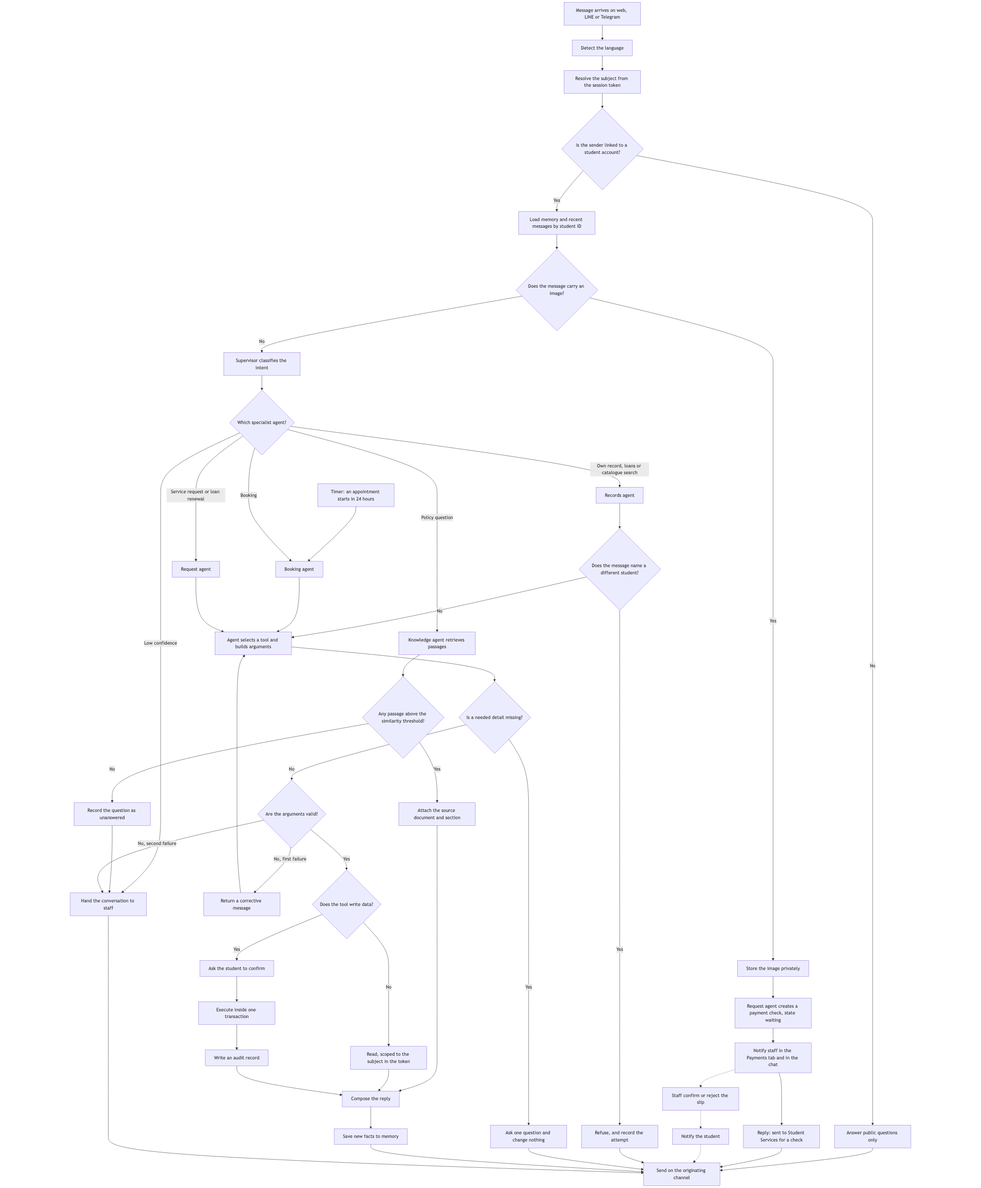
SaiWaiYanLynn/smart-university-website keeps this Mermaid diagram as design/diagrams/03_supervisor.png. Above is the earlier version. Its source is kept beside it as design/diagrams/03_supervisor.mmd.
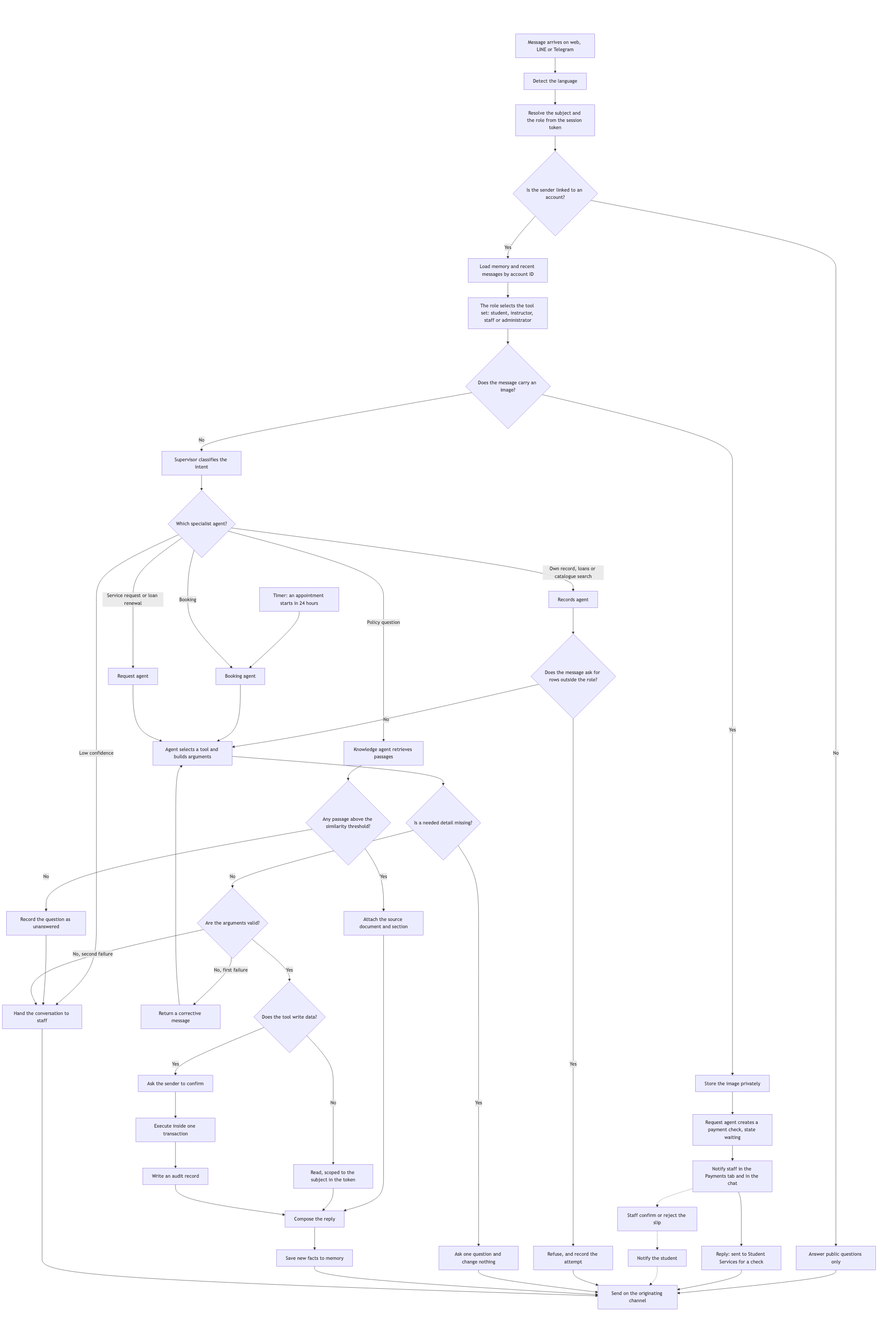
The same diagram one commit later.

The edit, as a diff of the source:
```diff
@@ -1,12 +1,13 @@
 flowchart TD
   A["Message arrives on web, LINE or Telegram"] --> B["Detect the language"]
-  B --> C["Resolve the subject from the session token"]
-  C --> D{"Is the sender linked to a student account?"}
+  B --> C["Resolve the subject and the role from the session token"]
+  C --> D{"Is the sender linked to an account?"}
   D -- No --> E["Answer public questions only"]
   E --> Z["Send on the originating channel"]
-  D -- Yes --> M["Load memory and recent messages by student ID"]
+  D -- Yes --> M["Load memory and recent messages by account ID"]
   TM["Timer: an appointment starts in 24 hours"] --> B1
-  M --> IM{"Does the message carry an image?"}
+  M --> RL["The role selects the tool set: student, instructor, staff or administrator"]
+  RL --> IM{"Does the message carry an image?"}
   IM -- Yes --> SF["Store the image privately"]
   SF --> PC["Request agent creates a payment check, state waiting"]
   PC --> NS["Notify staff in the Payments tab and in the chat"]
@@ -30,7 +31,7 @@
   K2 -- Yes --> Y1["Attach the source document and section"]
   Y1 --> Y["Compose the reply"]
 
-  R1 --> S{"Does the message name a different student?"}
+  R1 --> S{"Does the message ask for rows outside the role?"}
   S -- Yes --> S2["Refuse, and record the attempt"]
   S2 --> Z
   S -- No --> T["Agent selects a tool and builds arguments"]
@@ -49,7 +50,7 @@
 
   W -- No --> RD["Read, scoped to the subject in the token"]
   RD --> Y
-  W -- Yes --> CF["Ask the student to confirm"]
+  W -- Yes --> CF["Ask the sender to confirm"]
   CF --> EX["Execute inside one transaction"]
   EX --> AUD["Write an audit record"]
   AUD --> Y
```
